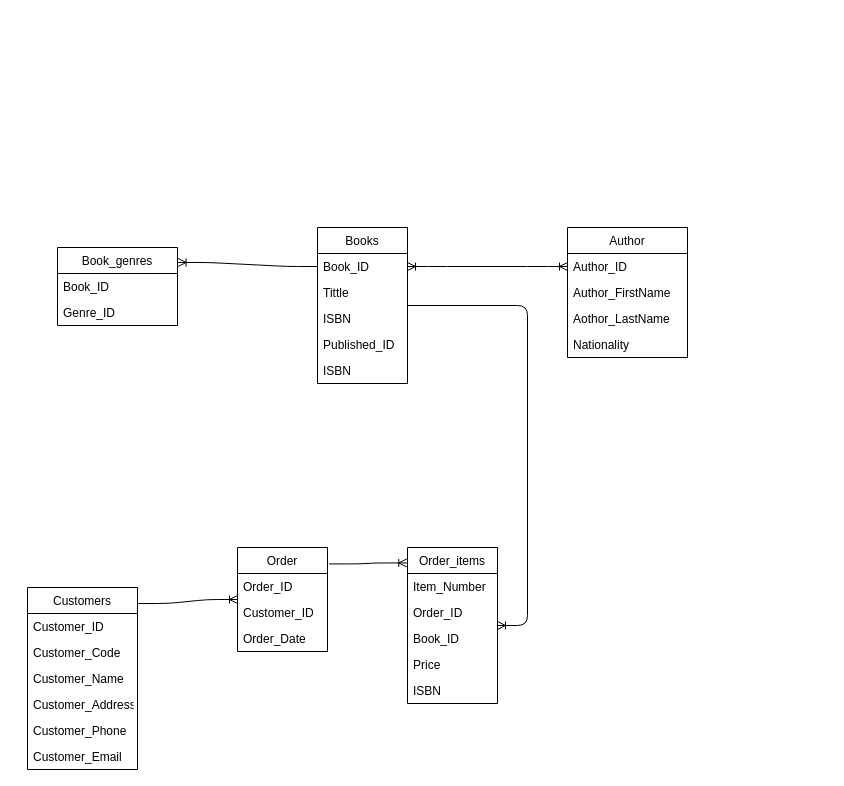
The draw.io diagram bookstore.drawio in Frepacha/FE21-BDDev-Day1-Delgado-Jashari, before the edit. Source tidied: cells renumbered, new cells numbered last; positions are measured from the earlier drawing's top-left corner, leaving out a move shared by most shapes. Both pictures are drawn from the tidied source at 100%, with x=0, y=0 at pixel (27, 227).
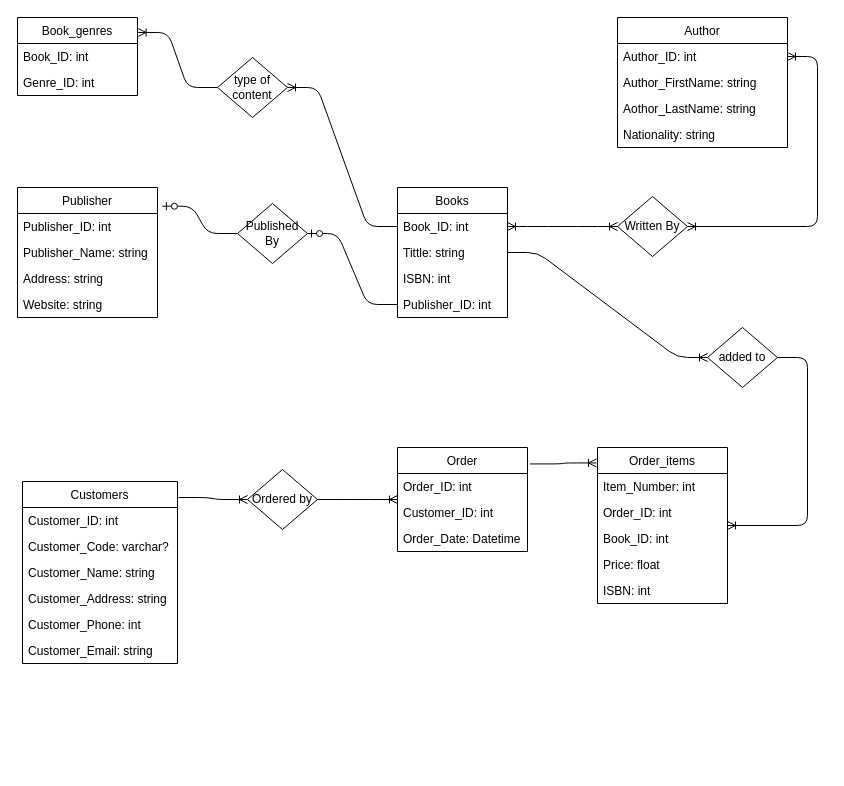
Above is the later version.

Commit message:
we added type of data

Change to the diagram source:
```diff
@@
     <mxCell id="2" value="Books" style="swimlane;fontStyle=0;horizontal=1;startSize=26;fillColor=none;" parent="1" vertex="1">
-      <mxGeometry x="290" width="90" height="156" as="geometry" />
+      <mxGeometry x="370" y="-40" width="110" height="130" as="geometry" />
     </mxCell>
-    <mxCell id="3" value="Book_ID" style="text;strokeColor=none;fillColor=none;align=left;verticalAlign=top;spacingLeft=4;spacingRight=4;overflow=hidden;points=[[0,0.5],[1,0.5]];portConstraint=eastwest;" parent="2" vertex="1">
-      <mxGeometry y="26" width="90" height="26" as="geometry" />
+    <mxCell id="3" value="Book_ID: int" style="text;strokeColor=none;fillColor=none;align=left;verticalAlign=top;spacingLeft=4;spacingRight=4;overflow=hidden;points=[[0,0.5],[1,0.5]];portConstraint=eastwest;" parent="2" vertex="1">
+      <mxGeometry y="26" width="110" height="26" as="geometry" />
     </mxCell>
-    <mxCell id="4" value="Tittle" style="text;strokeColor=none;fillColor=none;align=left;verticalAlign=top;spacingLeft=4;spacingRight=4;overflow=hidden;" parent="2" vertex="1">
-      <mxGeometry y="52" width="90" height="26" as="geometry" />
+    <mxCell id="4" value="Tittle: string" style="text;strokeColor=none;fillColor=none;align=left;verticalAlign=top;spacingLeft=4;spacingRight=4;overflow=hidden;" parent="2" vertex="1">
+      <mxGeometry y="52" width="110" height="26" as="geometry" />
     </mxCell>
-    <mxCell id="5" value="ISBN" style="text;strokeColor=none;fillColor=none;align=left;verticalAlign=top;spacingLeft=4;spacingRight=4;overflow=hidden;" parent="2" vertex="1">
-      <mxGeometry y="78" width="90" height="26" as="geometry" />
+    <mxCell id="5" value="ISBN: int" style="text;strokeColor=none;fillColor=none;align=left;verticalAlign=top;spacingLeft=4;spacingRight=4;overflow=hidden;" parent="2" vertex="1">
+      <mxGeometry y="78" width="110" height="26" as="geometry" />
     </mxCell>
-    <mxCell id="6" value="Published_ID" style="text;strokeColor=none;fillColor=none;align=left;verticalAlign=top;spacingLeft=4;spacingRight=4;overflow=hidden;points=[[0,0.5],[1,0.5]];portConstraint=eastwest;" parent="2" vertex="1">
-      <mxGeometry y="104" width="90" height="26" as="geometry" />
+    <mxCell id="6" value="Publisher_ID: int" style="text;strokeColor=none;fillColor=none;align=left;verticalAlign=top;spacingLeft=4;spacingRight=4;overflow=hidden;points=[[0,0.5],[1,0.5]];portConstraint=eastwest;" parent="2" vertex="1">
+      <mxGeometry y="104" width="110" height="26" as="geometry" />
     </mxCell>
-    <mxCell id="7" value="ISBN" style="text;strokeColor=none;fillColor=none;align=left;verticalAlign=top;spacingLeft=4;spacingRight=4;overflow=hidden;" parent="2" vertex="1">
-      <mxGeometry y="130" width="90" height="26" as="geometry" />
-    </mxCell>
     <mxCell id="8" value="Book_genres" style="swimlane;fontStyle=0;horizontal=1;startSize=26;fillColor=none;" parent="1" vertex="1">
-      <mxGeometry x="30" y="20" width="120" height="78" as="geometry" />
+      <mxGeometry x="-10" y="-210" width="120" height="78" as="geometry" />
     </mxCell>
-    <mxCell id="9" value="Book_ID" style="text;strokeColor=none;fillColor=none;align=left;verticalAlign=top;spacingLeft=4;spacingRight=4;overflow=hidden;" parent="8" vertex="1">
+    <mxCell id="9" value="Book_ID: int " style="text;strokeColor=none;fillColor=none;align=left;verticalAlign=top;spacingLeft=4;spacingRight=4;overflow=hidden;" parent="8" vertex="1">
       <mxGeometry y="26" width="120" height="26" as="geometry" />
     </mxCell>
-    <mxCell id="10" value="Genre_ID" style="text;strokeColor=none;fillColor=none;align=left;verticalAlign=top;spacingLeft=4;spacingRight=4;overflow=hidden;" parent="8" vertex="1">
+    <mxCell id="10" value="Genre_ID: int" style="text;strokeColor=none;fillColor=none;align=left;verticalAlign=top;spacingLeft=4;spacingRight=4;overflow=hidden;" parent="8" vertex="1">
       <mxGeometry y="52" width="120" height="26" as="geometry" />
     </mxCell>
-    <mxCell id="11" style="edgeStyle=entityRelationEdgeStyle;fontSize=12;html=1;endArrow=ERoneToMany;exitX=0;exitY=0.5;exitDx=0;exitDy=0;entryX=1.005;entryY=0.192;entryDx=0;entryDy=0;entryPerimeter=0;" parent="1" edge="1" source="3" target="8">
+    <mxCell id="11" style="edgeStyle=entityRelationEdgeStyle;fontSize=12;html=1;endArrow=ERoneToMany;exitX=0;exitY=0.5;exitDx=0;exitDy=0;entryX=1.005;entryY=0.192;entryDx=0;entryDy=0;entryPerimeter=0;" parent="1" edge="1" source="38" target="8">
       <mxGeometry relative="1" as="geometry" />
     </mxCell>
     <mxCell id="12" value="Author" style="swimlane;fontStyle=0;horizontal=1;startSize=26;fillColor=none;" parent="1" vertex="1">
-      <mxGeometry x="540" width="120" height="130" as="geometry" />
+      <mxGeometry x="590" y="-210" width="170" height="130" as="geometry" />
     </mxCell>
-    <mxCell id="13" value="Author_ID" style="text;strokeColor=none;fillColor=none;align=left;verticalAlign=top;spacingLeft=4;spacingRight=4;overflow=hidden;points=[[0,0.5],[1,0.5]];portConstraint=eastwest;" parent="12" vertex="1">
-      <mxGeometry y="26" width="120" height="26" as="geometry" />
+    <mxCell id="13" value="Author_ID: int" style="text;strokeColor=none;fillColor=none;align=left;verticalAlign=top;spacingLeft=4;spacingRight=4;overflow=hidden;points=[[0,0.5],[1,0.5]];portConstraint=eastwest;" parent="12" vertex="1">
+      <mxGeometry y="26" width="170" height="26" as="geometry" />
     </mxCell>
-    <mxCell id="14" value="Author_FirstName" style="text;strokeColor=none;fillColor=none;align=left;verticalAlign=top;spacingLeft=4;spacingRight=4;overflow=hidden;" parent="12" vertex="1">
-      <mxGeometry y="52" width="120" height="26" as="geometry" />
+    <mxCell id="14" value="Author_FirstName: string" style="text;strokeColor=none;fillColor=none;align=left;verticalAlign=top;spacingLeft=4;spacingRight=4;overflow=hidden;" parent="12" vertex="1">
+      <mxGeometry y="52" width="170" height="26" as="geometry" />
     </mxCell>
-    <mxCell id="15" value="Aothor_LastName" style="text;strokeColor=none;fillColor=none;align=left;verticalAlign=top;spacingLeft=4;spacingRight=4;overflow=hidden;" parent="12" vertex="1">
-      <mxGeometry y="78" width="120" height="26" as="geometry" />
+    <mxCell id="15" value="Aothor_LastName: string" style="text;strokeColor=none;fillColor=none;align=left;verticalAlign=top;spacingLeft=4;spacingRight=4;overflow=hidden;" parent="12" vertex="1">
+      <mxGeometry y="78" width="170" height="26" as="geometry" />
     </mxCell>
-    <mxCell id="16" value="Nationality" style="text;strokeColor=none;fillColor=none;align=left;verticalAlign=top;spacingLeft=4;spacingRight=4;overflow=hidden;" parent="12" vertex="1">
-      <mxGeometry y="104" width="120" height="26" as="geometry" />
+    <mxCell id="16" value="Nationality: string" style="text;strokeColor=none;fillColor=none;align=left;verticalAlign=top;spacingLeft=4;spacingRight=4;overflow=hidden;" parent="12" vertex="1">
+      <mxGeometry y="104" width="170" height="26" as="geometry" />
     </mxCell>
-    <mxCell id="17" style="edgeStyle=entityRelationEdgeStyle;fontSize=12;html=1;endArrow=ERoneToMany;startArrow=ERoneToMany;exitX=1;exitY=0.5;exitDx=0;exitDy=0;" parent="1" edge="1" source="3" target="13">
+    <mxCell id="17" style="edgeStyle=entityRelationEdgeStyle;fontSize=12;html=1;endArrow=ERoneToMany;startArrow=ERoneToMany;exitX=1;exitY=0.5;exitDx=0;exitDy=0;" parent="1" edge="1" source="40" target="13">
       <mxGeometry relative="1" as="geometry" />
     </mxCell>
     <mxCell id="18" value="Order_items" style="swimlane;fontStyle=0;horizontal=1;startSize=26;fillColor=none;" parent="1" vertex="1">
-      <mxGeometry x="380" y="320" width="90" height="156" as="geometry" />
+      <mxGeometry x="570" y="220" width="130" height="156" as="geometry" />
     </mxCell>
-    <mxCell id="19" value="Item_Number" style="text;strokeColor=none;fillColor=none;align=left;verticalAlign=top;spacingLeft=4;spacingRight=4;overflow=hidden;" parent="18" vertex="1">
-      <mxGeometry y="26" width="90" height="26" as="geometry" />
+    <mxCell id="19" value="Item_Number: int" style="text;strokeColor=none;fillColor=none;align=left;verticalAlign=top;spacingLeft=4;spacingRight=4;overflow=hidden;" parent="18" vertex="1">
+      <mxGeometry y="26" width="130" height="26" as="geometry" />
     </mxCell>
-    <mxCell id="20" value="Order_ID" style="text;strokeColor=none;fillColor=none;align=left;verticalAlign=top;spacingLeft=4;spacingRight=4;overflow=hidden;" parent="18" vertex="1">
-      <mxGeometry y="52" width="90" height="26" as="geometry" />
+    <mxCell id="20" value="Order_ID: int" style="text;strokeColor=none;fillColor=none;align=left;verticalAlign=top;spacingLeft=4;spacingRight=4;overflow=hidden;" parent="18" vertex="1">
+      <mxGeometry y="52" width="130" height="26" as="geometry" />
     </mxCell>
-    <mxCell id="21" value="Book_ID" style="text;strokeColor=none;fillColor=none;align=left;verticalAlign=top;spacingLeft=4;spacingRight=4;overflow=hidden;" parent="18" vertex="1">
-      <mxGeometry y="78" width="90" height="26" as="geometry" />
+    <mxCell id="21" value="Book_ID: int" style="text;strokeColor=none;fillColor=none;align=left;verticalAlign=top;spacingLeft=4;spacingRight=4;overflow=hidden;" parent="18" vertex="1">
+      <mxGeometry y="78" width="130" height="26" as="geometry" />
     </mxCell>
-    <mxCell id="22" value="Price" style="text;strokeColor=none;fillColor=none;align=left;verticalAlign=top;spacingLeft=4;spacingRight=4;overflow=hidden;" parent="18" vertex="1">
-      <mxGeometry y="104" width="90" height="26" as="geometry" />
+    <mxCell id="22" value="Price: float" style="text;strokeColor=none;fillColor=none;align=left;verticalAlign=top;spacingLeft=4;spacingRight=4;overflow=hidden;" parent="18" vertex="1">
+      <mxGeometry y="104" width="130" height="26" as="geometry" />
     </mxCell>
-    <mxCell id="23" value="ISBN" style="text;strokeColor=none;fillColor=none;align=left;verticalAlign=top;spacingLeft=4;spacingRight=4;overflow=hidden;" parent="18" vertex="1">
-      <mxGeometry y="130" width="90" height="26" as="geometry" />
+    <mxCell id="23" value="ISBN: int" style="text;strokeColor=none;fillColor=none;align=left;verticalAlign=top;spacingLeft=4;spacingRight=4;overflow=hidden;" parent="18" vertex="1">
+      <mxGeometry y="130" width="130" height="26" as="geometry" />
     </mxCell>
-    <mxCell id="24" style="edgeStyle=entityRelationEdgeStyle;fontSize=12;html=1;endArrow=ERoneToMany;" parent="1" edge="1" source="2" target="18">
+    <mxCell id="24" style="edgeStyle=entityRelationEdgeStyle;fontSize=12;html=1;endArrow=ERoneToMany;" parent="1" edge="1" source="50" target="18">
       <mxGeometry relative="1" as="geometry" />
     </mxCell>
     <mxCell id="25" value="Order" style="swimlane;fontStyle=0;horizontal=1;startSize=26;fillColor=none;" parent="1" vertex="1">
-      <mxGeometry x="210" y="320" width="90" height="104" as="geometry" />
+      <mxGeometry x="370" y="220" width="130" height="104" as="geometry" />
     </mxCell>
-    <mxCell id="26" value="Order_ID" style="text;strokeColor=none;fillColor=none;align=left;verticalAlign=top;spacingLeft=4;spacingRight=4;overflow=hidden;" parent="25" vertex="1">
-      <mxGeometry y="26" width="90" height="26" as="geometry" />
+    <mxCell id="26" value="Order_ID: int" style="text;strokeColor=none;fillColor=none;align=left;verticalAlign=top;spacingLeft=4;spacingRight=4;overflow=hidden;" parent="25" vertex="1">
+      <mxGeometry y="26" width="130" height="26" as="geometry" />
     </mxCell>
-    <mxCell id="27" value="Customer_ID" style="text;strokeColor=none;fillColor=none;align=left;verticalAlign=top;spacingLeft=4;spacingRight=4;overflow=hidden;" parent="25" vertex="1">
-      <mxGeometry y="52" width="90" height="26" as="geometry" />
+    <mxCell id="27" value="Customer_ID: int" style="text;strokeColor=none;fillColor=none;align=left;verticalAlign=top;spacingLeft=4;spacingRight=4;overflow=hidden;" parent="25" vertex="1">
+      <mxGeometry y="52" width="130" height="26" as="geometry" />
     </mxCell>
-    <mxCell id="28" value="Order_Date" style="text;strokeColor=none;fillColor=none;align=left;verticalAlign=top;spacingLeft=4;spacingRight=4;overflow=hidden;" parent="25" vertex="1">
-      <mxGeometry y="78" width="90" height="26" as="geometry" />
+    <mxCell id="28" value="Order_Date: Datetime" style="text;strokeColor=none;fillColor=none;align=left;verticalAlign=top;spacingLeft=4;spacingRight=4;overflow=hidden;" parent="25" vertex="1">
+      <mxGeometry y="78" width="130" height="26" as="geometry" />
     </mxCell>
@@
     <mxCell id="30" value="Customers" style="swimlane;fontStyle=0;horizontal=1;startSize=26;fillColor=none;" parent="1" vertex="1">
-      <mxGeometry y="360" width="110" height="182" as="geometry" />
+      <mxGeometry x="-5" y="254" width="155" height="182" as="geometry" />
     </mxCell>
-    <mxCell id="31" value="Customer_ID" style="text;strokeColor=none;fillColor=none;align=left;verticalAlign=top;spacingLeft=4;spacingRight=4;overflow=hidden;" parent="30" vertex="1">
-      <mxGeometry y="26" width="110" height="26" as="geometry" />
+    <mxCell id="31" value="Customer_ID: int" style="text;strokeColor=none;fillColor=none;align=left;verticalAlign=top;spacingLeft=4;spacingRight=4;overflow=hidden;" parent="30" vertex="1">
+      <mxGeometry y="26" width="155" height="26" as="geometry" />
     </mxCell>
-    <mxCell id="32" value="Customer_Code" style="text;strokeColor=none;fillColor=none;align=left;verticalAlign=top;spacingLeft=4;spacingRight=4;overflow=hidden;" parent="30" vertex="1">
-      <mxGeometry y="52" width="110" height="26" as="geometry" />
+    <mxCell id="32" value="Customer_Code: varchar?" style="text;strokeColor=none;fillColor=none;align=left;verticalAlign=top;spacingLeft=4;spacingRight=4;overflow=hidden;" parent="30" vertex="1">
+      <mxGeometry y="52" width="155" height="26" as="geometry" />
     </mxCell>
-    <mxCell id="33" value="Customer_Name" style="text;strokeColor=none;fillColor=none;align=left;verticalAlign=top;spacingLeft=4;spacingRight=4;overflow=hidden;" parent="30" vertex="1">
-      <mxGeometry y="78" width="110" height="26" as="geometry" />
+    <mxCell id="33" value="Customer_Name: string" style="text;strokeColor=none;fillColor=none;align=left;verticalAlign=top;spacingLeft=4;spacingRight=4;overflow=hidden;" parent="30" vertex="1">
+      <mxGeometry y="78" width="155" height="26" as="geometry" />
     </mxCell>
-    <mxCell id="34" value="Customer_Address" style="text;strokeColor=none;fillColor=none;align=left;verticalAlign=top;spacingLeft=4;spacingRight=4;overflow=hidden;" parent="30" vertex="1">
-      <mxGeometry y="104" width="110" height="26" as="geometry" />
+    <mxCell id="34" value="Customer_Address: string" style="text;strokeColor=none;fillColor=none;align=left;verticalAlign=top;spacingLeft=4;spacingRight=4;overflow=hidden;" parent="30" vertex="1">
+      <mxGeometry y="104" width="155" height="26" as="geometry" />
     </mxCell>
-    <mxCell id="35" value="Customer_Phone" style="text;strokeColor=none;fillColor=none;align=left;verticalAlign=top;spacingLeft=4;spacingRight=4;overflow=hidden;" parent="30" vertex="1">
-      <mxGeometry y="130" width="110" height="26" as="geometry" />
+    <mxCell id="35" value="Customer_Phone: int" style="text;strokeColor=none;fillColor=none;align=left;verticalAlign=top;spacingLeft=4;spacingRight=4;overflow=hidden;" parent="30" vertex="1">
+      <mxGeometry y="130" width="155" height="26" as="geometry" />
     </mxCell>
-    <mxCell id="36" value="Customer_Email" style="text;strokeColor=none;fillColor=none;align=left;verticalAlign=top;spacingLeft=4;spacingRight=4;overflow=hidden;" parent="30" vertex="1">
-      <mxGeometry y="156" width="110" height="26" as="geometry" />
+    <mxCell id="36" value="Customer_Email: string" style="text;strokeColor=none;fillColor=none;align=left;verticalAlign=top;spacingLeft=4;spacingRight=4;overflow=hidden;" parent="30" vertex="1">
+      <mxGeometry y="156" width="155" height="26" as="geometry" />
     </mxCell>
-    <mxCell id="37" style="edgeStyle=entityRelationEdgeStyle;fontSize=12;html=1;endArrow=ERoneToMany;exitX=1.007;exitY=0.088;exitDx=0;exitDy=0;exitPerimeter=0;" parent="1" edge="1" source="30" target="25">
+    <mxCell id="37" style="edgeStyle=entityRelationEdgeStyle;fontSize=12;html=1;endArrow=ERoneToMany;exitX=1;exitY=0.5;exitDx=0;exitDy=0;" parent="1" edge="1" source="52" target="25">
       <mxGeometry relative="1" as="geometry" />
     </mxCell>
+    <mxCell id="38" value="type of content" style="shape=rhombus;perimeter=rhombusPerimeter;whiteSpace=wrap;html=1;align=center;" parent="1" vertex="1">
+      <mxGeometry x="190" y="-170" width="70" height="60" as="geometry" />
+    </mxCell>
+    <mxCell id="39" style="edgeStyle=entityRelationEdgeStyle;fontSize=12;html=1;endArrow=ERoneToMany;exitX=0;exitY=0.5;exitDx=0;exitDy=0;entryX=1;entryY=0.5;entryDx=0;entryDy=0;" parent="1" edge="1" source="3" target="38">
+      <mxGeometry relative="1" as="geometry" />
+    </mxCell>
+    <mxCell id="40" value="Written By" style="shape=rhombus;perimeter=rhombusPerimeter;whiteSpace=wrap;html=1;align=center;" parent="1" vertex="1">
+      <mxGeometry x="590" y="-31" width="70" height="60" as="geometry" />
+    </mxCell>
+    <mxCell id="41" style="edgeStyle=entityRelationEdgeStyle;fontSize=12;html=1;endArrow=ERoneToMany;startArrow=ERoneToMany;exitX=1;exitY=0.5;exitDx=0;exitDy=0;" parent="1" edge="1" source="3" target="40">
+      <mxGeometry relative="1" as="geometry" />
+    </mxCell>
+    <mxCell id="42" value="Publisher" style="swimlane;fontStyle=0;horizontal=1;startSize=26;fillColor=none;" parent="1" vertex="1">
+      <mxGeometry x="-10" y="-40" width="140" height="130" as="geometry" />
+    </mxCell>
+    <mxCell id="43" value="Publisher_ID: int" style="text;strokeColor=none;fillColor=none;align=left;verticalAlign=top;spacingLeft=4;spacingRight=4;overflow=hidden;" parent="42" vertex="1">
+      <mxGeometry y="26" width="140" height="26" as="geometry" />
+    </mxCell>
+    <mxCell id="44" value="Publisher_Name: string" style="text;strokeColor=none;fillColor=none;align=left;verticalAlign=top;spacingLeft=4;spacingRight=4;overflow=hidden;" parent="42" vertex="1">
+      <mxGeometry y="52" width="140" height="26" as="geometry" />
+    </mxCell>
+    <mxCell id="45" value="Address: string" style="text;strokeColor=none;fillColor=none;align=left;verticalAlign=top;spacingLeft=4;spacingRight=4;overflow=hidden;" parent="42" vertex="1">
+      <mxGeometry y="78" width="140" height="26" as="geometry" />
+    </mxCell>
+    <mxCell id="46" value="Website: string" style="text;strokeColor=none;fillColor=none;align=left;verticalAlign=top;spacingLeft=4;spacingRight=4;overflow=hidden;" parent="42" vertex="1">
+      <mxGeometry y="104" width="140" height="26" as="geometry" />
+    </mxCell>
+    <mxCell id="47" style="edgeStyle=entityRelationEdgeStyle;fontSize=12;html=1;endArrow=ERzeroToOne;endFill=1;entryX=1.035;entryY=0.144;entryDx=0;entryDy=0;entryPerimeter=0;exitX=0;exitY=0.5;exitDx=0;exitDy=0;" parent="1" edge="1" source="48" target="42">
+      <mxGeometry relative="1" as="geometry" />
+    </mxCell>
+    <mxCell id="48" value="Published By" style="shape=rhombus;perimeter=rhombusPerimeter;whiteSpace=wrap;html=1;align=center;" parent="1" vertex="1">
+      <mxGeometry x="210" y="-24" width="70" height="60" as="geometry" />
+    </mxCell>
+    <mxCell id="49" style="edgeStyle=entityRelationEdgeStyle;fontSize=12;html=1;endArrow=ERzeroToOne;endFill=1;entryX=1;entryY=0.5;entryDx=0;entryDy=0;exitX=0;exitY=0.5;exitDx=0;exitDy=0;" parent="1" edge="1" source="6" target="48">
+      <mxGeometry relative="1" as="geometry" />
+    </mxCell>
+    <mxCell id="50" value="added to" style="shape=rhombus;perimeter=rhombusPerimeter;whiteSpace=wrap;html=1;align=center;rotation=0;" parent="1" vertex="1">
+      <mxGeometry x="680" y="100" width="70" height="60" as="geometry" />
+    </mxCell>
+    <mxCell id="51" style="edgeStyle=entityRelationEdgeStyle;fontSize=12;html=1;endArrow=ERoneToMany;" parent="1" edge="1" source="2" target="50">
+      <mxGeometry relative="1" as="geometry" />
+    </mxCell>
+    <mxCell id="52" value="Ordered by" style="shape=rhombus;perimeter=rhombusPerimeter;whiteSpace=wrap;html=1;align=center;rotation=0;" parent="1" vertex="1">
+      <mxGeometry x="220" y="242" width="70" height="60" as="geometry" />
+    </mxCell>
+    <mxCell id="53" style="edgeStyle=entityRelationEdgeStyle;fontSize=12;html=1;endArrow=ERoneToMany;exitX=1.007;exitY=0.088;exitDx=0;exitDy=0;exitPerimeter=0;" parent="1" edge="1" source="30" target="52">
+      <mxGeometry relative="1" as="geometry" />
+    </mxCell>
```
